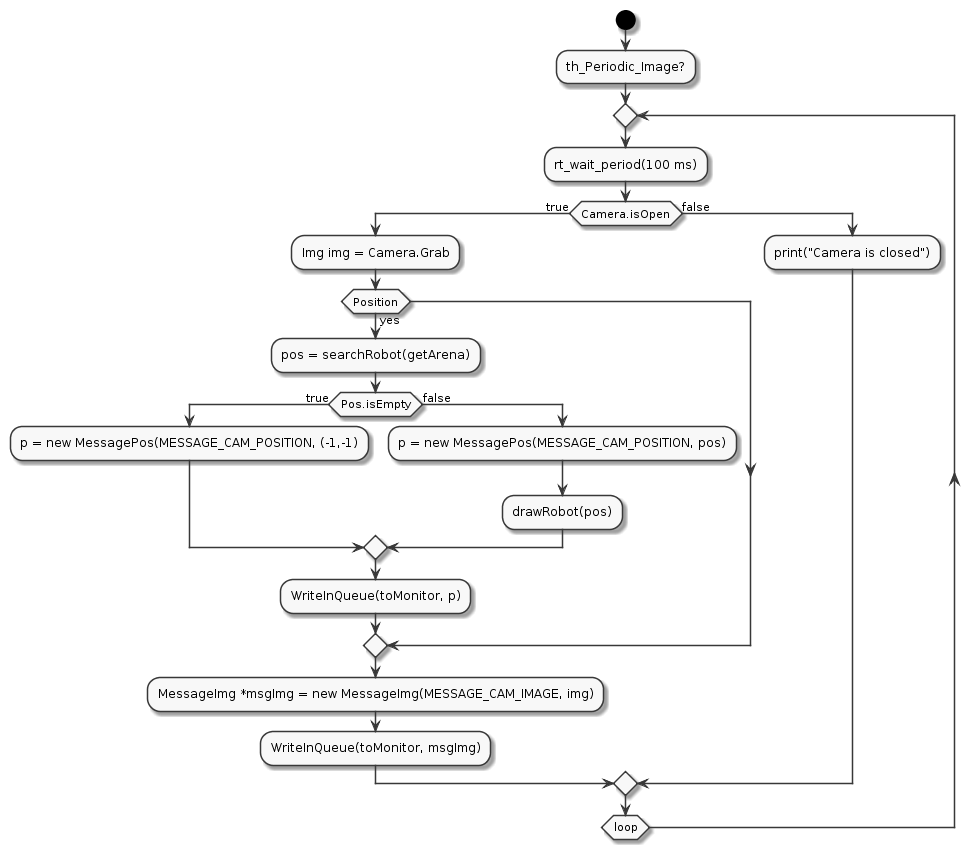
Above: doc/camera/th_PeriodicImage.png in MaxenceHanin/dumber (PlantUML), before the change.
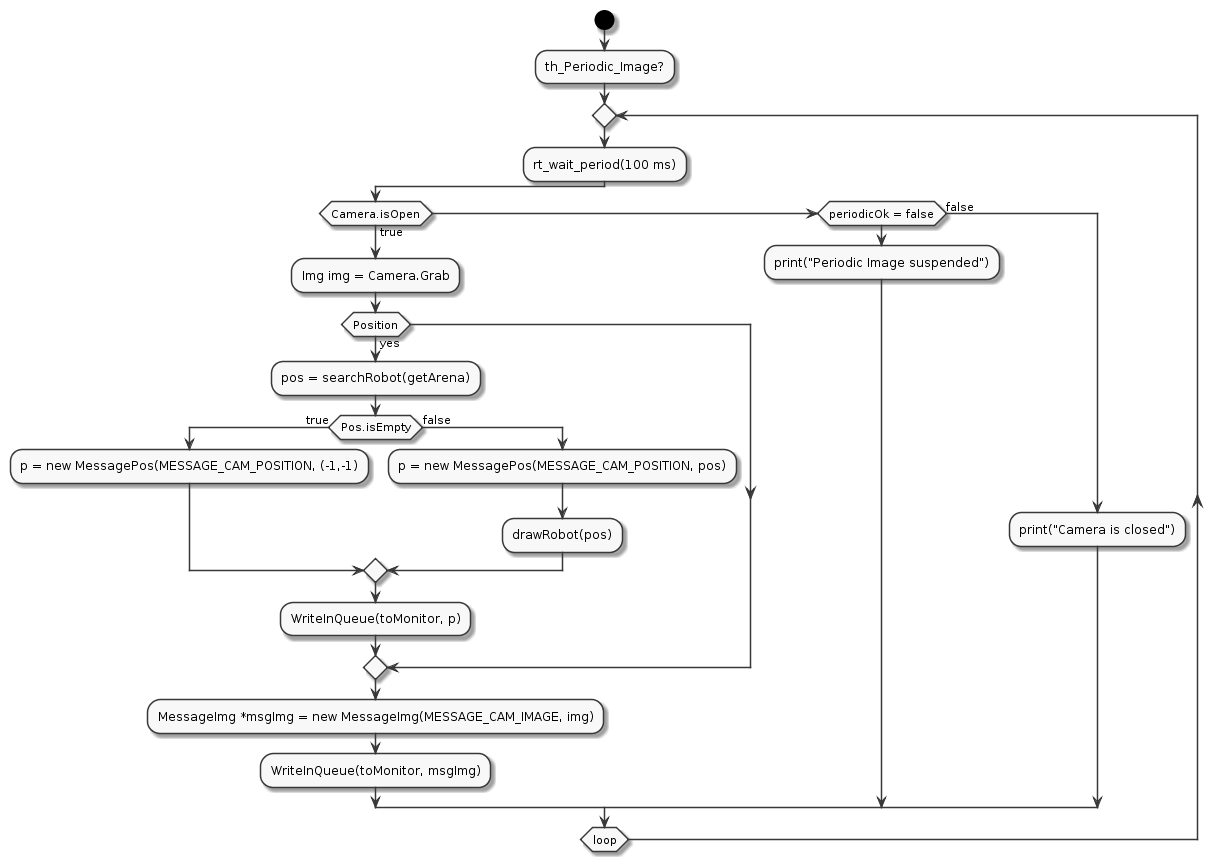
Above is the later version.

The edit, as a diff of the source:
```diff
@@ -28,10 +28,11 @@
 :MessageImg *msgImg = new MessageImg(MESSAGE_CAM_IMAGE, img);
 :WriteInQueue(toMonitor, msgImg);
 
+else if (periodicOk = false)
+:print("Periodic Image suspended");
+
 else (false)
 :print("Camera is closed");
-
-
 
 endif
 
```
